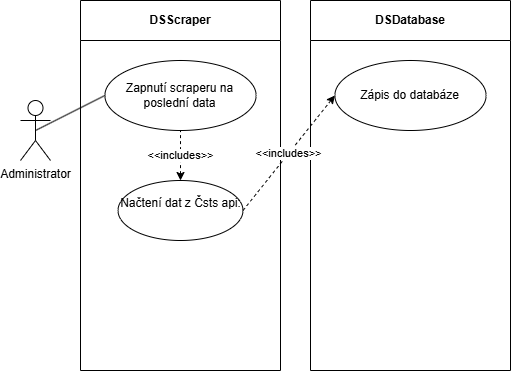
The draw.io diagram Zadání/Use Case Diagrams/Use case diagrams exports/Use case - manuální aktualizace dat.drawio.png in vhellmich/DSAnalyzer, before a commit. Source tidied: cells renumbered, new cells last; positions are measured from the earlier drawing's top-left corner, leaving out a move shared by most shapes.
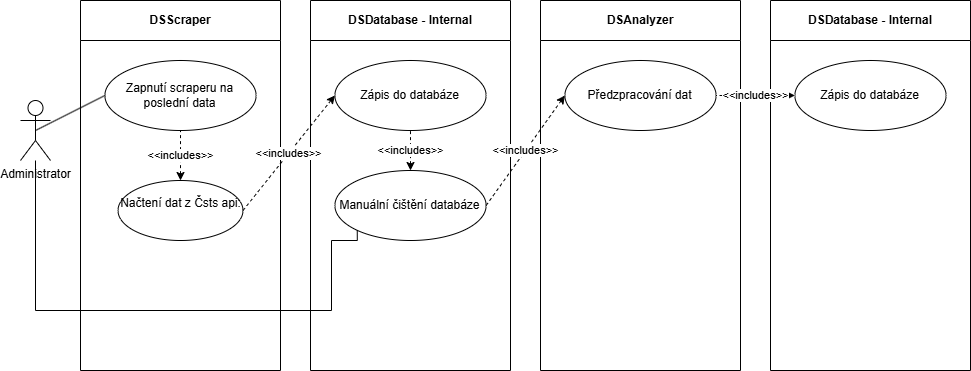
After the change.

What changed in the source:
```diff
@@ -2,6 +2,16 @@
   <root>
     <mxCell id="0" />
     <mxCell id="1" parent="0" />
+    <mxCell id="11" style="edgeStyle=orthogonalEdgeStyle;rounded=0;jettySize=auto;html=1;entryX=0;entryY=1;entryDx=0;entryDy=0;endArrow=none;startFill=0;" parent="1" edge="1" source="2" target="12">
+      <mxGeometry relative="1" as="geometry">
+        <Array as="points">
+          <mxPoint x="15" y="310" />
+          <mxPoint x="311" y="310" />
+          <mxPoint x="311" y="240" />
+          <mxPoint x="337" y="240" />
+        </Array>
+      </mxGeometry>
+    </mxCell>
     <mxCell id="2" value="Administrator" style="shape=umlActor;verticalLabelPosition=bottom;verticalAlign=top;html=1;outlineConnect=0;" parent="1" vertex="1">
       <mxGeometry y="100" width="30" height="60" as="geometry" />
     </mxCell>
@@ -17,17 +27,41 @@
     <mxCell id="6" value="&amp;lt;&amp;lt;includes&amp;gt;&amp;gt;" style="endArrow=none;dashed=1;html=1;rounded=0;exitX=0.5;exitY=0;exitDx=0;exitDy=0;entryX=0.5;entryY=1;entryDx=0;entryDy=0;endFill=1;startFill=1;startArrow=classic;" parent="3" edge="1" source="5" target="4">
       <mxGeometry relative="1" as="geometry" />
     </mxCell>
-    <mxCell id="7" value="DSDatabase" style="swimlane;whiteSpace=wrap;html=1;startSize=40;" parent="1" vertex="1">
+    <mxCell id="7" value="DSDatabase - Internal" style="swimlane;whiteSpace=wrap;html=1;startSize=40;" parent="1" vertex="1">
       <mxGeometry x="290" width="200" height="370" as="geometry" />
     </mxCell>
     <mxCell id="8" value="Zápis do databáze" style="ellipse;whiteSpace=wrap;html=1;" parent="7" vertex="1">
       <mxGeometry x="24.4" y="60" width="151.2" height="70" as="geometry" />
     </mxCell>
+    <mxCell id="12" value="Manuální čištění databáze" style="ellipse;whiteSpace=wrap;html=1;" parent="7" vertex="1">
+      <mxGeometry x="24.4" y="170" width="151.2" height="70" as="geometry" />
+    </mxCell>
+    <mxCell id="13" value="&amp;lt;&amp;lt;includes&amp;gt;&amp;gt;" style="endArrow=none;dashed=1;html=1;rounded=0;exitX=0.5;exitY=0;exitDx=0;exitDy=0;entryX=0.5;entryY=1;entryDx=0;entryDy=0;endFill=1;startFill=1;startArrow=classic;" parent="7" edge="1" source="12" target="8">
+      <mxGeometry relative="1" as="geometry" />
+    </mxCell>
     <mxCell id="9" style="endArrow=none;html=1;rounded=0;entryX=0;entryY=0.5;entryDx=0;entryDy=0;exitX=0.5;exitY=0.5;exitDx=0;exitDy=0;exitPerimeter=0;" parent="1" edge="1" source="2" target="4">
       <mxGeometry relative="1" as="geometry" />
     </mxCell>
     <mxCell id="10" value="&amp;lt;&amp;lt;includes&amp;gt;&amp;gt;" style="endArrow=none;dashed=1;html=1;rounded=0;exitX=0;exitY=0.5;exitDx=0;exitDy=0;entryX=1;entryY=0.5;entryDx=0;entryDy=0;endFill=1;startFill=1;startArrow=classic;" parent="1" edge="1" source="8" target="5">
       <mxGeometry relative="1" as="geometry" />
     </mxCell>
+    <mxCell id="14" value="DSAnalyzer" style="swimlane;whiteSpace=wrap;html=1;startSize=40;" parent="1" vertex="1">
+      <mxGeometry x="520" width="200" height="370" as="geometry" />
+    </mxCell>
+    <mxCell id="15" value="Předzpracování dat" style="ellipse;whiteSpace=wrap;html=1;" parent="14" vertex="1">
+      <mxGeometry x="24.4" y="60" width="151.2" height="70" as="geometry" />
+    </mxCell>
+    <mxCell id="16" value="&amp;lt;&amp;lt;includes&amp;gt;&amp;gt;" style="endArrow=none;dashed=1;html=1;rounded=0;entryX=1;entryY=0.5;entryDx=0;entryDy=0;endFill=1;startFill=1;startArrow=classic;exitX=0;exitY=0.5;exitDx=0;exitDy=0;" parent="1" edge="1" source="15" target="12">
+      <mxGeometry relative="1" as="geometry" />
+    </mxCell>
+    <mxCell id="17" value="DSDatabase - Internal" style="swimlane;whiteSpace=wrap;html=1;startSize=40;" parent="1" vertex="1">
+      <mxGeometry x="750" width="200" height="370" as="geometry" />
+    </mxCell>
+    <mxCell id="18" value="Zápis do databáze" style="ellipse;whiteSpace=wrap;html=1;" parent="17" vertex="1">
+      <mxGeometry x="24.4" y="60" width="151.2" height="70" as="geometry" />
+    </mxCell>
+    <mxCell id="19" value="&amp;lt;&amp;lt;includes&amp;gt;&amp;gt;" style="endArrow=none;dashed=1;html=1;rounded=0;exitX=0;exitY=0.5;exitDx=0;exitDy=0;entryX=1;entryY=0.5;entryDx=0;entryDy=0;endFill=1;startFill=1;startArrow=classic;" parent="1" edge="1" source="18" target="15">
+      <mxGeometry relative="1" as="geometry" />
+    </mxCell>
   </root>
 </mxGraphModel>
```
